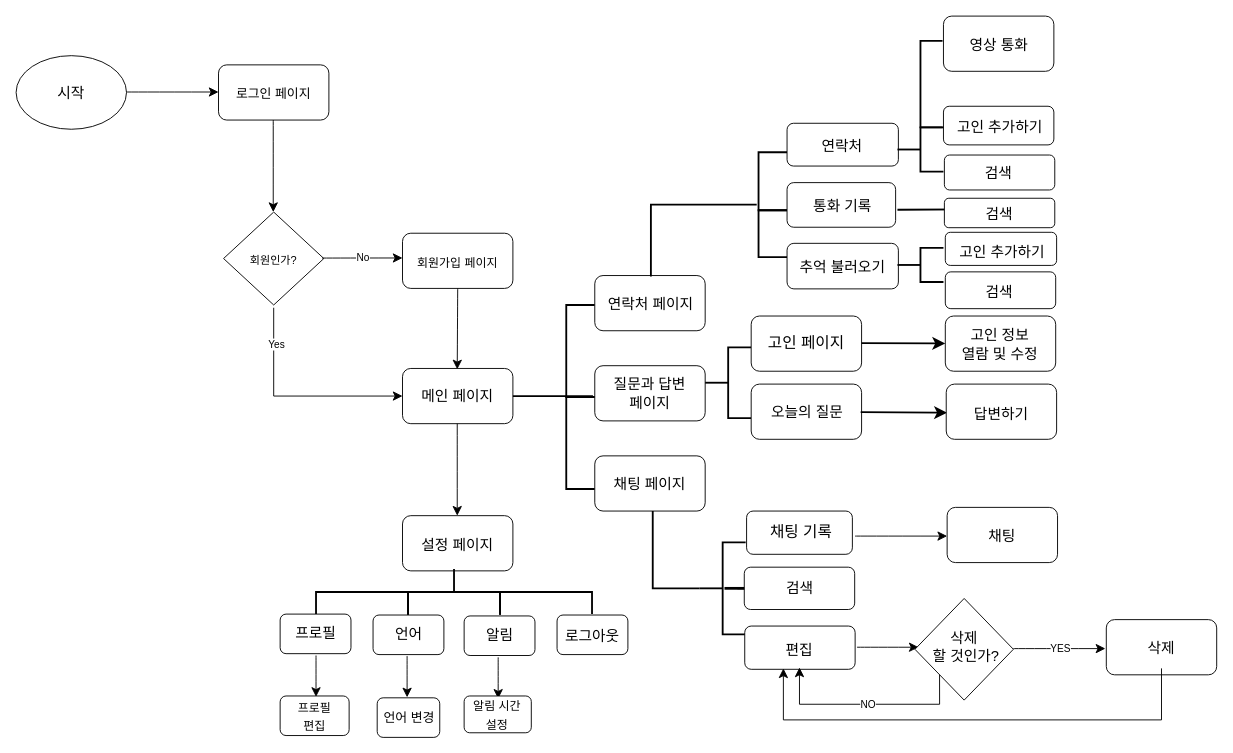
Earlier version of the draw.io diagram page "페이지-2" (2 of 2) of version1.drawio (qaq1118/samsoong). Source tidied: cells renumbered, new cells numbered last; positions are measured from the earlier drawing's top-left corner, leaving out a move shared by most shapes. Both pictures are drawn from the tidied source at 92%, with x=0, y=0 at pixel (16, 16).
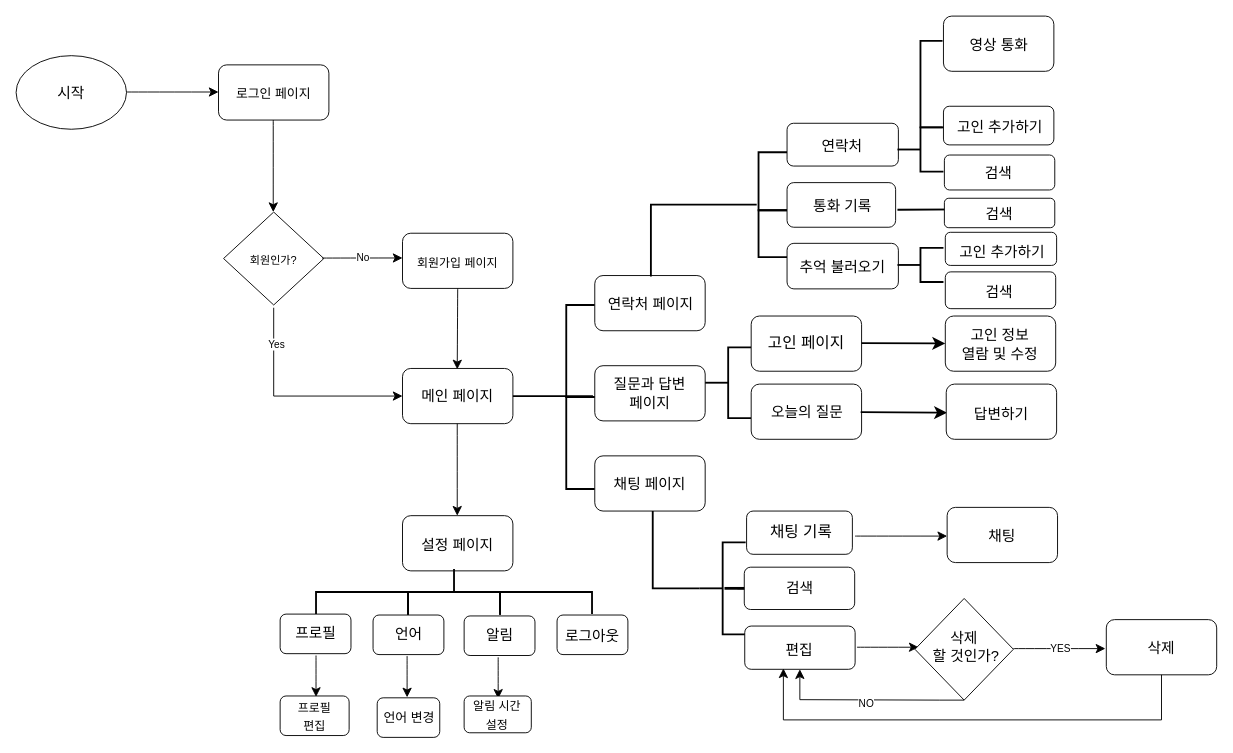
The same diagram, later.

The change refers to these unchanged cells:
```xml
<mxCell id="73" value="편집" style="text;html=1;whiteSpace=wrap;strokeColor=none;fillColor=none;align=center;verticalAlign=middle;rounded=0;fontSize=16;" parent="1" vertex="1">
  <mxGeometry x="795" y="670" width="113" height="38" as="geometry" />
</mxCell>
<mxCell id="75" style="rhombus;whiteSpace=wrap;html=1;" parent="1" vertex="1">
  <mxGeometry x="977" y="633" width="107" height="110.5" as="geometry" />
</mxCell>
<mxCell id="81" style="rounded=1;whiteSpace=wrap;html=1;" parent="1" vertex="1">
  <mxGeometry x="1185" y="656" width="120" height="60" as="geometry" />
</mxCell>
```

Change to the diagram source:
```diff
@@
-    <mxCell id="79" style="edgeStyle=segmentEdgeStyle;endArrow=classic;html=1;curved=0;rounded=0;endSize=8;startSize=8;fontSize=12;exitX=0;exitY=1;exitDx=0;exitDy=0;entryX=0.5;entryY=1;entryDx=0;entryDy=0;" parent="1" edge="1" source="75" target="73">
+    <mxCell id="79" style="edgeStyle=segmentEdgeStyle;endArrow=classic;html=1;curved=0;rounded=0;endSize=8;startSize=8;fontSize=12;exitX=0.5;exitY=1;exitDx=0;exitDy=0;entryX=0.5;entryY=1;entryDx=0;entryDy=0;" parent="1" edge="1" source="75">
       <mxGeometry relative="1" as="geometry">
+        <mxPoint x="851.9" y="710" as="targetPoint" />
         <Array as="points">
-          <mxPoint x="1004" y="748" />
-          <mxPoint x="852" y="748" />
+          <mxPoint x="1004" y="744" />
+          <mxPoint x="852" y="743" />
         </Array>
       </mxGeometry>
     </mxCell>
     <mxCell id="80" value="NO" style="edgeLabel;html=1;align=center;verticalAlign=middle;" parent="1" vertex="1">
-      <mxGeometry x="1131" y="749" as="geometry">
-        <mxPoint x="-206" y="-1" as="offset" />
+      <mxGeometry x="1131" y="744" as="geometry">
+        <mxPoint x="-208" y="3" as="offset" />
       </mxGeometry>
     </mxCell>
@@
-    <mxCell id="83" style="edgeStyle=segmentEdgeStyle;endArrow=classic;html=1;curved=0;rounded=0;endSize=8;startSize=8;fontSize=12;exitX=0.5;exitY=1;exitDx=0;exitDy=0;entryX=1;entryY=0.25;entryDx=0;entryDy=0;" parent="1" edge="1">
+    <mxCell id="83" style="edgeStyle=segmentEdgeStyle;endArrow=classic;html=1;curved=0;rounded=0;endSize=8;startSize=8;fontSize=12;entryX=1;entryY=0.25;entryDx=0;entryDy=0;exitX=0.5;exitY=1;exitDx=0;exitDy=0;" parent="1" edge="1" source="81">
       <mxGeometry relative="1" as="geometry">
-        <mxPoint x="1245" y="709" as="sourcePoint" />
         <mxPoint x="834" y="709" as="targetPoint" />
         <Array as="points">
           <mxPoint x="1245" y="765" />
           <mxPoint x="834" y="765" />
         </Array>
       </mxGeometry>
     </mxCell>
```
